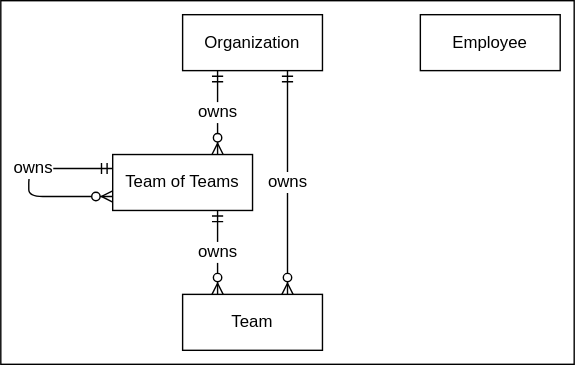
Above: docs/organization-domain-logical.drawio.svg in destacey/Moda (draw.io), before the change. Source tidied: cells renumbered, new cells last; positions are measured from the earlier drawing's top-left corner, leaving out a move shared by most shapes. The source it was exported from:
```xml
<mxGraphModel>
  <root>
    <mxCell id="0" />
    <mxCell id="1" parent="0" />
    <mxCell id="2" style="rounded=0;whiteSpace=wrap;html=1;" parent="1" vertex="1">
      <mxGeometry width="410" height="260" as="geometry" />
    </mxCell>
    <mxCell id="3" value="owns" style="fontSize=12;html=1;endArrow=ERzeroToMany;startArrow=ERmandOne;exitX=0.75;exitY=1;exitDx=0;exitDy=0;entryX=0.75;entryY=0;entryDx=0;entryDy=0;" parent="1" edge="1" source="4" target="5">
      <mxGeometry relative="1" as="geometry" />
    </mxCell>
    <mxCell id="4" value="Organization" style="whiteSpace=wrap;html=1;align=center;" parent="1" vertex="1">
      <mxGeometry x="130" y="10" width="100" height="40" as="geometry" />
    </mxCell>
    <mxCell id="5" value="Team" style="whiteSpace=wrap;html=1;align=center;" parent="1" vertex="1">
      <mxGeometry x="130" y="210" width="100" height="40" as="geometry" />
    </mxCell>
    <mxCell id="6" value="Team of Teams" style="whiteSpace=wrap;html=1;align=center;" parent="1" vertex="1">
      <mxGeometry x="80" y="110" width="100" height="40" as="geometry" />
    </mxCell>
    <mxCell id="7" value="owns" style="edgeStyle=orthogonalEdgeStyle;fontSize=12;html=1;endArrow=ERzeroToMany;startArrow=ERmandOne;" parent="1" edge="1" source="6" target="6">
      <mxGeometry x="-0.19" relative="1" as="geometry">
        <Array as="points">
          <mxPoint x="20" y="130" />
        </Array>
      </mxGeometry>
    </mxCell>
    <mxCell id="8" value="owns" style="fontSize=12;html=1;endArrow=ERzeroToMany;startArrow=ERmandOne;exitX=0.25;exitY=1;exitDx=0;exitDy=0;entryX=0.75;entryY=0;entryDx=0;entryDy=0;" parent="1" edge="1" source="4" target="6">
      <mxGeometry relative="1" as="geometry" />
    </mxCell>
    <mxCell id="9" value="owns" style="fontSize=12;html=1;endArrow=ERzeroToMany;startArrow=ERmandOne;exitX=0.75;exitY=1;exitDx=0;exitDy=0;entryX=0.25;entryY=0;entryDx=0;entryDy=0;" parent="1" edge="1" source="6" target="5">
      <mxGeometry relative="1" as="geometry" />
    </mxCell>
    <mxCell id="10" value="Employee" style="whiteSpace=wrap;html=1;align=center;" parent="1" vertex="1">
      <mxGeometry x="300" y="10" width="100" height="40" as="geometry" />
    </mxCell>
  </root>
</mxGraphModel>
```
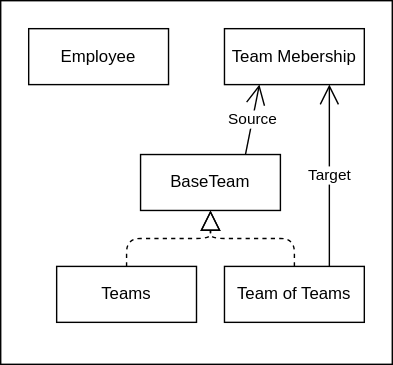
After the commit.

Change to the diagram source:
```diff
@@ -3,35 +3,34 @@
     <mxCell id="0" />
     <mxCell id="1" parent="0" />
     <mxCell id="2" style="rounded=0;whiteSpace=wrap;html=1;" parent="1" vertex="1">
-      <mxGeometry width="410" height="260" as="geometry" />
+      <mxGeometry width="280" height="260" as="geometry" />
     </mxCell>
-    <mxCell id="3" value="owns" style="fontSize=12;html=1;endArrow=ERzeroToMany;startArrow=ERmandOne;exitX=0.75;exitY=1;exitDx=0;exitDy=0;entryX=0.75;entryY=0;entryDx=0;entryDy=0;" parent="1" edge="1" source="4" target="5">
-      <mxGeometry relative="1" as="geometry" />
-    </mxCell>
-    <mxCell id="4" value="Organization" style="whiteSpace=wrap;html=1;align=center;" parent="1" vertex="1">
-      <mxGeometry x="130" y="10" width="100" height="40" as="geometry" />
-    </mxCell>
-    <mxCell id="5" value="Team" style="whiteSpace=wrap;html=1;align=center;" parent="1" vertex="1">
-      <mxGeometry x="130" y="210" width="100" height="40" as="geometry" />
+    <mxCell id="5" value="BaseTeam" style="whiteSpace=wrap;html=1;align=center;" parent="1" vertex="1">
+      <mxGeometry x="100" y="110" width="100" height="40" as="geometry" />
     </mxCell>
     <mxCell id="6" value="Team of Teams" style="whiteSpace=wrap;html=1;align=center;" parent="1" vertex="1">
-      <mxGeometry x="80" y="110" width="100" height="40" as="geometry" />
+      <mxGeometry x="160" y="190" width="100" height="40" as="geometry" />
     </mxCell>
-    <mxCell id="7" value="owns" style="edgeStyle=orthogonalEdgeStyle;fontSize=12;html=1;endArrow=ERzeroToMany;startArrow=ERmandOne;" parent="1" edge="1" source="6" target="6">
-      <mxGeometry x="-0.19" relative="1" as="geometry">
-        <Array as="points">
-          <mxPoint x="20" y="130" />
-        </Array>
-      </mxGeometry>
-    </mxCell>
-    <mxCell id="8" value="owns" style="fontSize=12;html=1;endArrow=ERzeroToMany;startArrow=ERmandOne;exitX=0.25;exitY=1;exitDx=0;exitDy=0;entryX=0.75;entryY=0;entryDx=0;entryDy=0;" parent="1" edge="1" source="4" target="6">
-      <mxGeometry relative="1" as="geometry" />
-    </mxCell>
+    <mxCell id="10" value="Employee" style="whiteSpace=wrap;html=1;align=center;" parent="1" vertex="1">
+      <mxGeometry x="20" y="20" width="100" height="40" as="geometry" />
+    </mxCell>
+    <mxCell id="11" value="Teams" style="whiteSpace=wrap;html=1;align=center;" parent="1" vertex="1">
+      <mxGeometry x="40" y="190" width="100" height="40" as="geometry" />
+    </mxCell>
+    <mxCell id="12" style="endArrow=block;dashed=1;endFill=0;endSize=12;html=1;entryX=0.5;entryY=1;entryDx=0;entryDy=0;exitX=0.5;exitY=0;exitDx=0;exitDy=0;edgeStyle=orthogonalEdgeStyle;" parent="1" edge="1" source="11" target="5">
+      <mxGeometry relative="1" as="geometry" />
+    </mxCell>
-    <mxCell id="9" value="owns" style="fontSize=12;html=1;endArrow=ERzeroToMany;startArrow=ERmandOne;exitX=0.75;exitY=1;exitDx=0;exitDy=0;entryX=0.25;entryY=0;entryDx=0;entryDy=0;" parent="1" edge="1" source="6" target="5">
+    <mxCell id="9" style="endArrow=block;dashed=1;endFill=0;endSize=12;html=1;exitX=0.5;exitY=0;exitDx=0;exitDy=0;edgeStyle=orthogonalEdgeStyle;" parent="1" edge="1" source="6" target="5">
       <mxGeometry relative="1" as="geometry" />
     </mxCell>
-    <mxCell id="10" value="Employee" style="whiteSpace=wrap;html=1;align=center;" parent="1" vertex="1">
-      <mxGeometry x="300" y="10" width="100" height="40" as="geometry" />
-    </mxCell>
+    <mxCell id="13" value="Team Mebership" style="whiteSpace=wrap;html=1;align=center;" parent="1" vertex="1">
+      <mxGeometry x="160" y="20" width="100" height="40" as="geometry" />
+    </mxCell>
+    <mxCell id="14" value="Source" style="endArrow=open;endFill=1;endSize=12;html=1;entryX=0.25;entryY=1;entryDx=0;entryDy=0;exitX=0.75;exitY=0;exitDx=0;exitDy=0;" parent="1" edge="1" source="5" target="13">
+      <mxGeometry relative="1" as="geometry" />
+    </mxCell>
+    <mxCell id="15" value="Target" style="endArrow=open;endFill=1;endSize=12;html=1;entryX=0.75;entryY=1;entryDx=0;entryDy=0;exitX=0.75;exitY=0;exitDx=0;exitDy=0;" parent="1" edge="1" source="6" target="13">
+      <mxGeometry relative="1" as="geometry" />
+    </mxCell>
   </root>
 </mxGraphModel>
```
